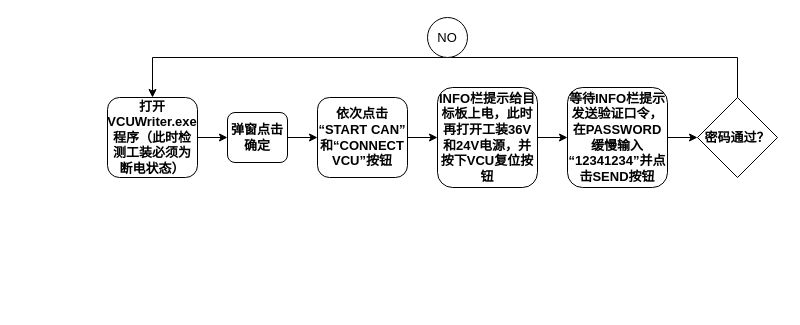
Earlier version of the draw.io diagram 未命名绘图.drawio (loneisme/linuxopencv). Source tidied: cells renumbered, new cells numbered last; positions are measured from the earlier drawing's top-left corner, leaving out a move shared by most shapes. Both pictures are drawn from the tidied source at 100%, with x=0, y=0 at pixel (107, 17).
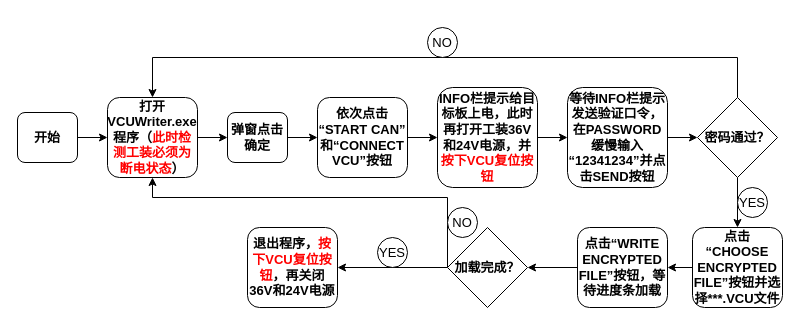
Above is the later version.

Commit message:
更新未命名绘图.drawio

Unchanged cells that the change refers to:
```xml
<mxCell id="13" value="密码通过？" style="rhombus;whiteSpace=wrap;html=1;fontSize=13;fontStyle=1;" parent="1" vertex="1">
  <mxGeometry x="590" y="80" width="80" height="80" as="geometry" />
</mxCell>
```

The edit, as a diff of the source:
```diff
@@
-    <mxCell id="3" value="打开VCUWriter.exe程序（此时检测工装必须为断电状态）" style="rounded=1;whiteSpace=wrap;html=1;fontStyle=1;fontSize=13;" parent="1" vertex="1">
+    <mxCell id="3" value="打开VCUWriter.exe程序（&lt;font color=&quot;#ff0000&quot;&gt;此时检测工装必须为断电状态&lt;/font&gt;）" style="rounded=1;whiteSpace=wrap;html=1;fontStyle=1;fontSize=13;" parent="1" vertex="1">
       <mxGeometry y="80" width="90" height="80" as="geometry" />
     </mxCell>
@@
-    <mxCell id="9" value="INFO栏提示给目标板上电，此时再打开工装36V和24V电源，并按下VCU复位按钮" style="rounded=1;whiteSpace=wrap;html=1;fontStyle=1;fontSize=13;" parent="1" vertex="1">
+    <mxCell id="9" value="INFO栏提示给目标板上电，此时再打开工装36V和24V电源，并&lt;font color=&quot;#ff0000&quot;&gt;按下VCU复位按钮&lt;/font&gt;" style="rounded=1;whiteSpace=wrap;html=1;fontStyle=1;fontSize=13;" parent="1" vertex="1">
       <mxGeometry x="330" y="70" width="100" height="100" as="geometry" />
     </mxCell>
@@
+    <mxCell id="15" style="edgeStyle=orthogonalEdgeStyle;rounded=0;jettySize=auto;html=1;fontSize=13;" parent="1" edge="1" source="13" target="17">
+      <mxGeometry relative="1" as="geometry" />
+    </mxCell>
@@
     <mxCell id="14" value="NO" style="ellipse;whiteSpace=wrap;html=1;fontSize=13;" parent="1" vertex="1">
-      <mxGeometry x="320" width="40" height="40" as="geometry" />
+      <mxGeometry x="320" y="10" width="30" height="30" as="geometry" />
     </mxCell>
+    <mxCell id="16" style="edgeStyle=orthogonalEdgeStyle;rounded=0;jettySize=auto;html=1;fontSize=13;" parent="1" edge="1" source="17" target="19">
+      <mxGeometry relative="1" as="geometry" />
+    </mxCell>
+    <mxCell id="17" value="点击“CHOOSE ENCRYPTED FILE”按钮并选择***.VCU文件" style="rounded=1;whiteSpace=wrap;html=1;fontStyle=1;fontSize=13;" parent="1" vertex="1">
+      <mxGeometry x="585" y="210" width="90" height="80" as="geometry" />
+    </mxCell>
+    <mxCell id="18" style="edgeStyle=orthogonalEdgeStyle;rounded=0;jettySize=auto;html=1;fontSize=13;" parent="1" edge="1" source="19" target="22">
+      <mxGeometry relative="1" as="geometry" />
+    </mxCell>
+    <mxCell id="19" value="点击“WRITE ENCRYPTED FILE”按钮，等待进度条加载" style="rounded=1;whiteSpace=wrap;html=1;fontStyle=1;fontSize=13;" parent="1" vertex="1">
+      <mxGeometry x="470" y="210" width="90" height="80" as="geometry" />
+    </mxCell>
+    <mxCell id="20" style="edgeStyle=orthogonalEdgeStyle;rounded=0;jettySize=auto;html=1;exitX=0;exitY=0.5;exitDx=0;exitDy=0;entryX=0.5;entryY=1;entryDx=0;entryDy=0;fontSize=13;" parent="1" edge="1" source="22" target="3">
+      <mxGeometry relative="1" as="geometry">
+        <Array as="points">
+          <mxPoint x="340" y="180" />
+          <mxPoint x="45" y="180" />
+        </Array>
+      </mxGeometry>
+    </mxCell>
+    <mxCell id="21" style="edgeStyle=orthogonalEdgeStyle;rounded=0;jettySize=auto;html=1;fontSize=13;" parent="1" edge="1" source="22" target="25">
+      <mxGeometry relative="1" as="geometry" />
+    </mxCell>
+    <mxCell id="22" value="加载完成？" style="rhombus;whiteSpace=wrap;html=1;fontSize=13;fontStyle=1;" parent="1" vertex="1">
+      <mxGeometry x="340" y="210" width="80" height="80" as="geometry" />
+    </mxCell>
+    <mxCell id="23" value="YES" style="ellipse;whiteSpace=wrap;html=1;fontSize=13;" parent="1" vertex="1">
+      <mxGeometry x="630" y="170" width="30" height="30" as="geometry" />
+    </mxCell>
+    <mxCell id="24" value="NO" style="ellipse;whiteSpace=wrap;html=1;fontSize=13;" parent="1" vertex="1">
+      <mxGeometry x="340" y="190" width="30" height="30" as="geometry" />
+    </mxCell>
+    <mxCell id="25" value="退出程序，&lt;font color=&quot;#ff0000&quot;&gt;按下VCU复位按钮&lt;/font&gt;，再关闭36V和24V电源" style="rounded=1;whiteSpace=wrap;html=1;fontStyle=1;fontSize=13;" parent="1" vertex="1">
+      <mxGeometry x="140" y="210" width="90" height="80" as="geometry" />
+    </mxCell>
+    <mxCell id="26" style="edgeStyle=orthogonalEdgeStyle;rounded=0;jettySize=auto;html=1;fontSize=13;" parent="1" edge="1" source="27" target="3">
+      <mxGeometry relative="1" as="geometry" />
+    </mxCell>
+    <mxCell id="27" value="开始" style="rounded=1;whiteSpace=wrap;html=1;fontStyle=1;fontSize=13;" parent="1" vertex="1">
+      <mxGeometry x="-90" y="95" width="60" height="50" as="geometry" />
+    </mxCell>
+    <mxCell id="28" value="YES" style="ellipse;whiteSpace=wrap;html=1;fontSize=13;" parent="1" vertex="1">
+      <mxGeometry x="270" y="220" width="30" height="30" as="geometry" />
+    </mxCell>
```
